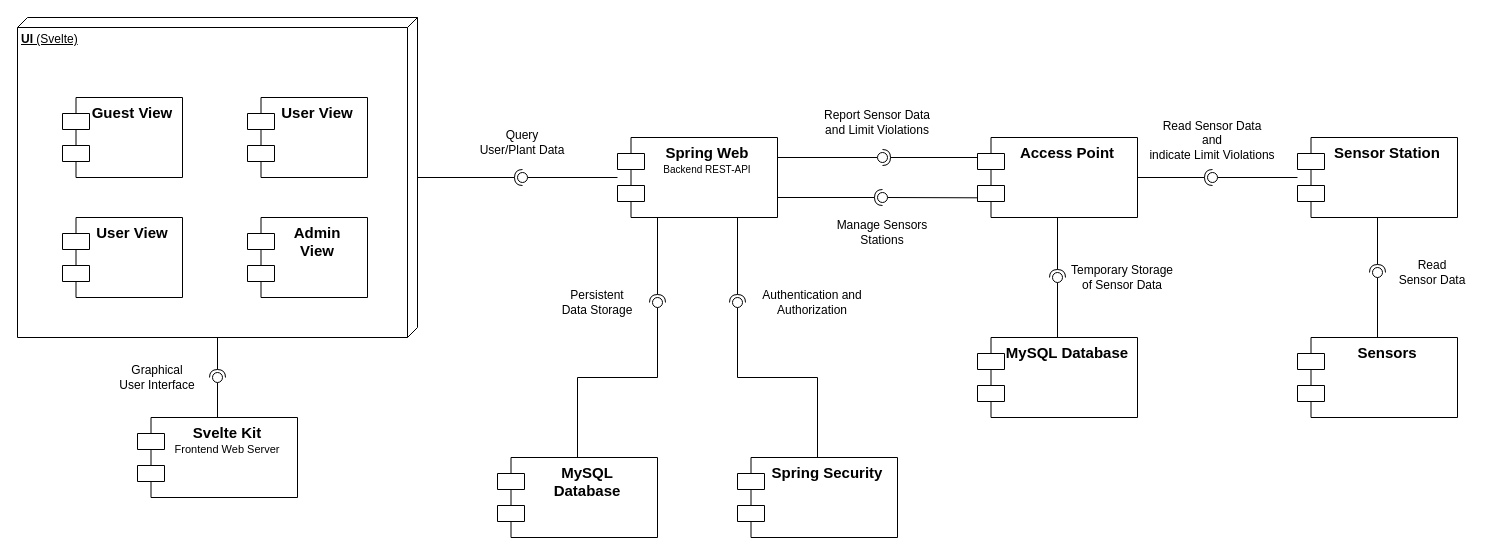
The draw.io diagram Diagrams/component-diagram.drawio in FabioPlunser/SWE, before the edit. Source tidied: cells renumbered, new cells numbered last; positions are measured from the earlier drawing's top-left corner, leaving out a move shared by most shapes. Both pictures are drawn from the tidied source at 100%, with x=0, y=0 at pixel (17, 17).
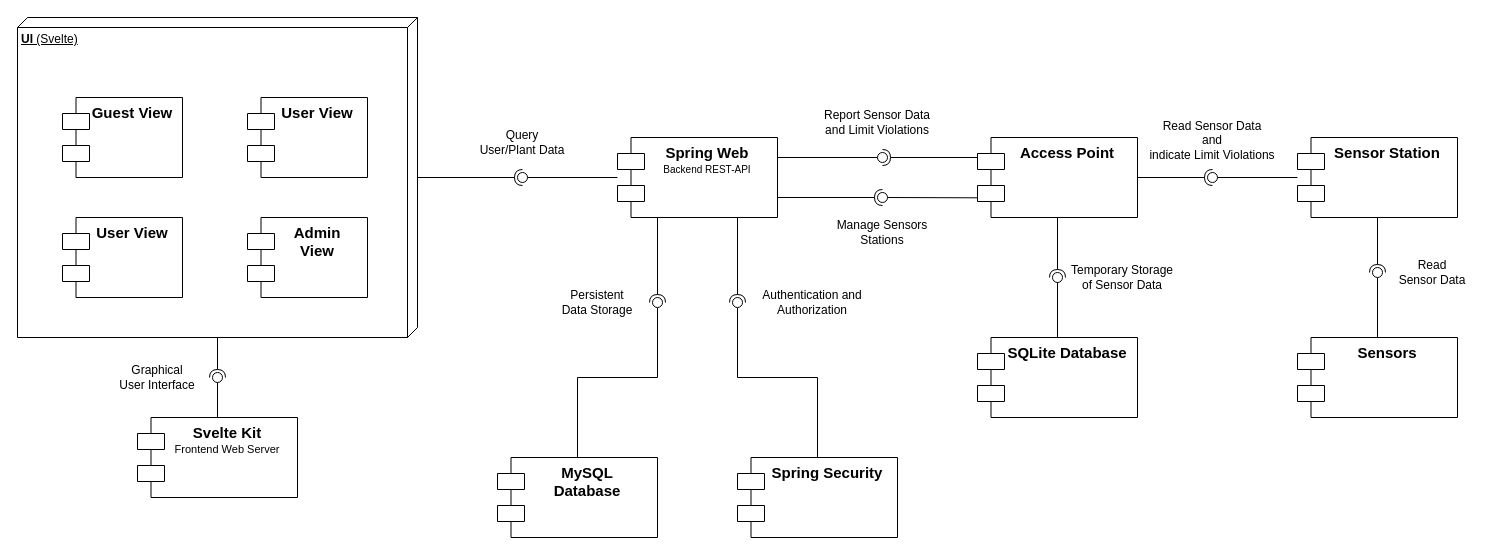
The same page after the edit.

Commit message (it also covers changes not shown here):
Updated Component Diagram

Change to the diagram source:
```diff
@@
-    <mxCell id="46" value="&lt;span style=&quot;font-size: 15px;&quot;&gt;&lt;b&gt;MySQL Database&lt;/b&gt;&lt;/span&gt;" style="shape=module;align=left;spacingLeft=20;align=center;verticalAlign=top;whiteSpace=wrap;html=1;jettyWidth=27;jettyHeight=16;" parent="1" vertex="1">
+    <mxCell id="46" value="&lt;span style=&quot;font-size: 15px;&quot;&gt;&lt;b&gt;SQLite Database&lt;/b&gt;&lt;/span&gt;" style="shape=module;align=left;spacingLeft=20;align=center;verticalAlign=top;whiteSpace=wrap;html=1;jettyWidth=27;jettyHeight=16;" parent="1" vertex="1">
       <mxGeometry x="960" y="320" width="160" height="80" as="geometry" />
     </mxCell>
```
